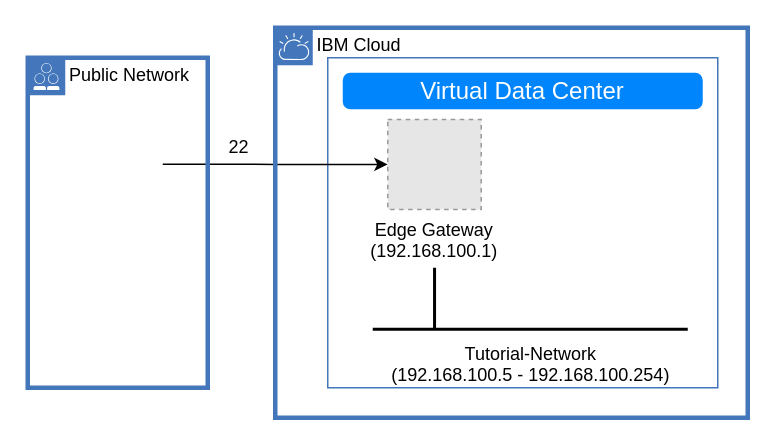
Above: page "Internet-ssh" (6 of 6) of diagrams/solution58-vmware-solutions-getting-started.drawio in ibm-cloud-docs/solution-tutorials (draw.io), before the change. Source tidied: cells renumbered, new cells numbered last; positions are measured from the earlier drawing's top-left corner, leaving out a move shared by most shapes. Both pictures are drawn from the tidied source at 150%, with x=0, y=0 at pixel (27, 27). Pictures stored in the file or linked from it are replaced by grey dashed boxes.
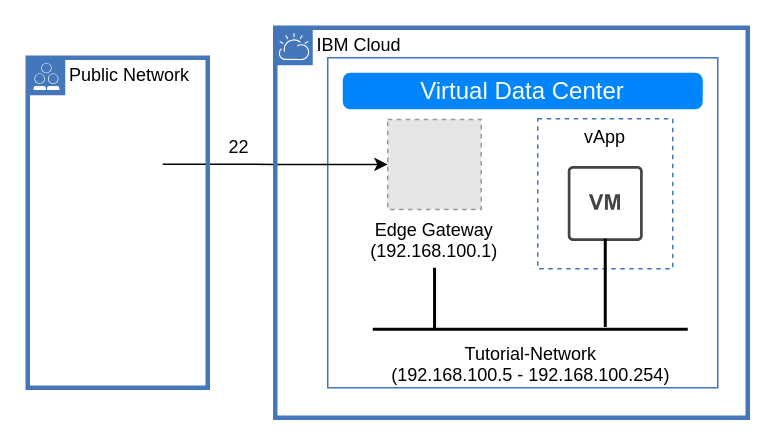
The same page after the edit.

The edit, as a diff of the source:
```diff
@@
 <mxGraphModel>
   <root>
     <mxCell id="0" />
     <mxCell id="1" parent="0" />
     <mxCell id="2" style="fontStyle=0;verticalAlign=top;align=center;spacingTop=-2;fillColor=none;rounded=0;whiteSpace=wrap;html=1;strokeColor=#4376BB;strokeWidth=1;dashed=0;" parent="1" vertex="1">
       <mxGeometry x="200" y="20" width="260" height="220" as="geometry" />
     </mxCell>
     <mxCell id="3" value="Virtual Data Center" style="html=1;shadow=0;dashed=0;shape=mxgraph.bootstrap.rrect;rSize=5;strokeColor=none;strokeWidth=1;fillColor=#0085FC;fontColor=#FFFFFF;whiteSpace=wrap;align=center;verticalAlign=middle;spacingLeft=0;fontStyle=0;fontSize=16;spacing=5;" parent="2" vertex="1">
       <mxGeometry x="10" y="10" width="240" height="24.3" as="geometry" />
     </mxCell>
     <mxCell id="4" value="Edge Gateway&#10;(192.168.100.1)" style="fillColor=#E6E6E6;strokeColor=#999999;dashed=1;verticalLabelPosition=bottom;labelBackgroundColor=#ffffff;verticalAlign=top;" parent="2" vertex="1">
       <mxGeometry x="40" y="41.1" width="62.3" height="60" as="geometry" />
     </mxCell>
     <mxCell id="5" value="Tutorial-Network&lt;br&gt;(192.168.100.5 - 192.168.100.254)" style="line;strokeWidth=2;html=1;" parent="2" vertex="1">
       <mxGeometry x="30" y="176" width="210" height="10" as="geometry" />
     </mxCell>
     <mxCell id="6" style="line;strokeWidth=2;direction=south;html=1;" parent="2" vertex="1">
       <mxGeometry x="66.2" y="140" width="10" height="41.1" as="geometry" />
     </mxCell>
     <mxCell id="7" style="edgeStyle=orthogonalEdgeStyle;rounded=0;jettySize=auto;html=1;exitX=0;exitY=0.5;exitDx=0;exitDy=0;labelBackgroundColor=none;startArrow=classic;startFill=1;endArrow=none;endFill=0;" parent="1" edge="1" source="4">
       <mxGeometry relative="1" as="geometry">
         <mxPoint x="90" y="91" as="targetPoint" />
       </mxGeometry>
     </mxCell>
     <mxCell id="8" value="Public Network" style="shape=mxgraph.ibm.box;prType=public;fontStyle=0;verticalAlign=top;align=left;spacingLeft=32;spacingTop=4;fillColor=none;rounded=0;whiteSpace=wrap;html=1;strokeColor=#4376BB;strokeWidth=3;dashed=0;spacing=-4;" parent="1" vertex="1">
       <mxGeometry y="20" width="120" height="220" as="geometry" />
     </mxCell>
     <mxCell id="9" value="22" style="text;html=1;strokeColor=none;fillColor=none;align=center;verticalAlign=middle;whiteSpace=wrap;rounded=0;" parent="1" vertex="1">
       <mxGeometry x="121" y="70" width="40" height="20" as="geometry" />
     </mxCell>
     <mxCell id="10" value="IBM Cloud" style="shape=mxgraph.ibm.box;prType=cloud;fontStyle=0;verticalAlign=top;align=left;spacingLeft=32;spacingTop=4;fillColor=none;rounded=0;whiteSpace=wrap;html=1;strokeColor=#4376BB;strokeWidth=3;dashed=0;spacing=-4;" parent="1" vertex="1">
       <mxGeometry x="165" width="315" height="260" as="geometry" />
     </mxCell>
+    <mxCell id="11" value="vApp" style="fontStyle=0;verticalAlign=top;align=center;spacingTop=-2;fillColor=none;rounded=0;whiteSpace=wrap;html=1;strokeColor=#4376BB;strokeWidth=1;dashed=1;" parent="1" vertex="1">
+      <mxGeometry x="340" y="60.6" width="90" height="100" as="geometry" />
+    </mxCell>
+    <mxCell id="12" style="shadow=0;dashed=0;html=1;strokeColor=none;fillColor=#434445;labelPosition=center;verticalLabelPosition=bottom;verticalAlign=top;align=center;shape=mxgraph.vvd.virtual_machine;" parent="11" vertex="1">
+      <mxGeometry x="20" y="31.6" width="50" height="50" as="geometry" />
+    </mxCell>
+    <mxCell id="13" style="line;strokeWidth=2;direction=south;html=1;" parent="1" vertex="1">
+      <mxGeometry x="380" y="140.6" width="10" height="58.9" as="geometry" />
+    </mxCell>
   </root>
 </mxGraphModel>
```
